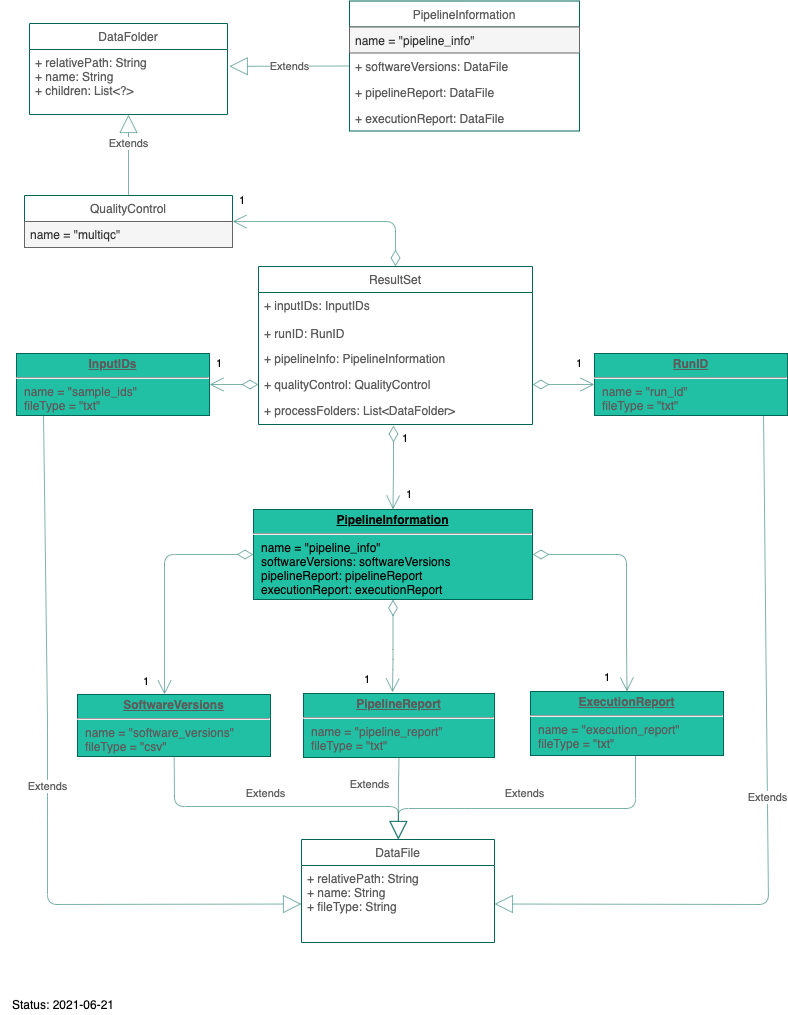
Before: doc/figures/ER_diagram_pipeline_results.png, a diagram exported from draw.io (qbicsoftware/data-model-lib). Source tidied: cells renumbered, new cells last; positions are measured from the earlier drawing's top-left corner, leaving out a move shared by most shapes.
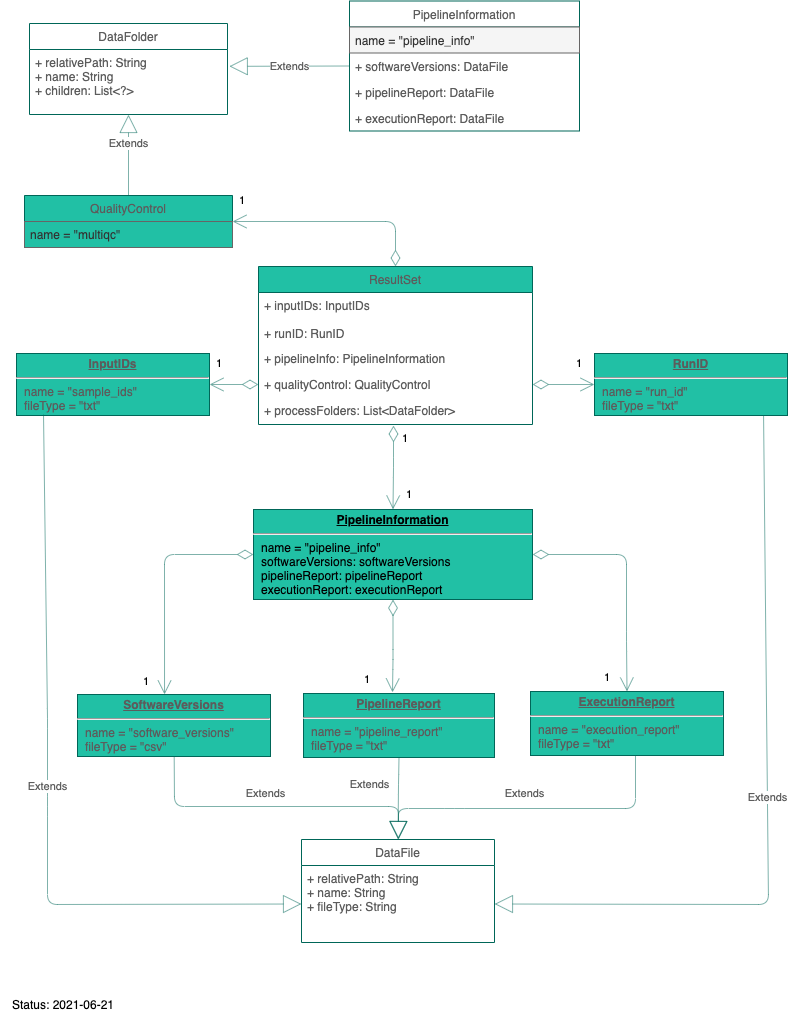
Above is the later version.

The edit, as a diff of the source:
```diff
@@ -2,7 +2,7 @@
   <root>
     <mxCell id="0" />
     <mxCell id="1" parent="0" />
-    <mxCell id="2" value="ResultSet" style="swimlane;fontStyle=0;horizontal=1;startSize=26;fillColor=none;strokeColor=#006658;fontColor=#5C5C5C;" parent="1" vertex="1">
+    <mxCell id="2" value="ResultSet" style="swimlane;fontStyle=0;horizontal=1;startSize=26;strokeColor=#006658;fontColor=#5C5C5C;fillColor=#21C0A5;" parent="1" vertex="1">
       <mxGeometry x="258" y="265" width="274" height="158" as="geometry" />
     </mxCell>
     <mxCell id="3" value="+ inputIDs: InputIDs&#10;&#10;+ runID: RunID" style="text;strokeColor=none;fillColor=none;align=left;verticalAlign=top;spacingLeft=4;spacingRight=4;overflow=hidden;fontColor=#5C5C5C;" parent="2" vertex="1">
@@ -32,10 +32,10 @@
     <mxCell id="11" value="+ executionReport: DataFile" style="text;strokeColor=none;fillColor=none;align=left;verticalAlign=top;spacingLeft=4;spacingRight=4;overflow=hidden;fontColor=#5C5C5C;" parent="7" vertex="1">
       <mxGeometry y="104" width="230" height="26" as="geometry" />
     </mxCell>
-    <mxCell id="12" value="QualityControl" style="swimlane;fontStyle=0;horizontal=1;startSize=26;fillColor=none;strokeColor=#006658;fontColor=#5C5C5C;" parent="1" vertex="1">
+    <mxCell id="12" value="QualityControl" style="swimlane;fontStyle=0;horizontal=1;startSize=26;strokeColor=#006658;fontColor=#5C5C5C;fillColor=#21C0A5;" parent="1" vertex="1">
       <mxGeometry x="24" y="194" width="208" height="52" as="geometry" />
     </mxCell>
-    <mxCell id="13" value="name = &quot;multiqc&quot;" style="text;strokeColor=#666666;fillColor=#f5f5f5;align=left;verticalAlign=top;spacingLeft=4;spacingRight=4;overflow=hidden;rounded=0;sketch=0;fontColor=#333333;" parent="12" vertex="1">
+    <mxCell id="13" value="name = &quot;multiqc&quot;" style="text;strokeColor=#666666;align=left;verticalAlign=top;spacingLeft=4;spacingRight=4;overflow=hidden;rounded=0;sketch=0;fontColor=#333333;fillColor=#21C0A5;" parent="12" vertex="1">
       <mxGeometry y="26" width="208" height="26" as="geometry" />
     </mxCell>
     <mxCell id="14" value="&lt;p style=&quot;margin: 0px ; margin-top: 4px ; text-align: center ; text-decoration: underline&quot;&gt;&lt;b&gt;SoftwareVersions&lt;/b&gt;&lt;/p&gt;&lt;hr&gt;&lt;p style=&quot;margin: 0px ; margin-left: 8px&quot;&gt;name = &quot;software_versions&quot;&lt;/p&gt;&lt;p style=&quot;margin: 0px ; margin-left: 8px&quot;&gt;fileType = &quot;csv&quot;&lt;/p&gt;" style="verticalAlign=top;align=left;overflow=fill;fontSize=12;fontFamily=Helvetica;html=1;fillColor=#21C0A5;strokeColor=#006658;fontColor=#5C5C5C;" parent="1" vertex="1">
```
